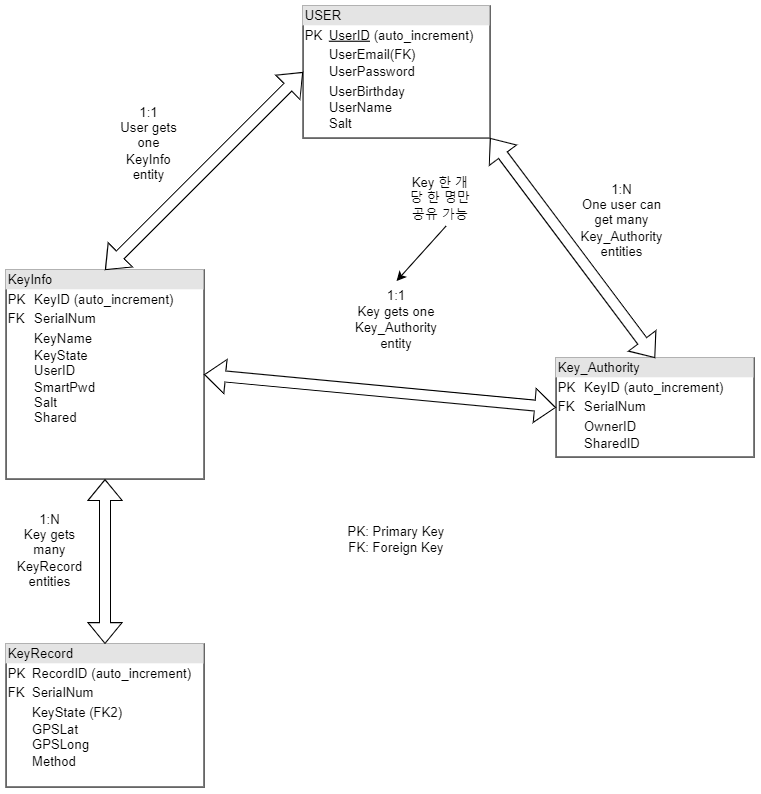
Earlier version of the draw.io export images/Table_Sketch.png (luminousxv/Smart-Key). Source tidied: cells renumbered, new cells last; positions are measured from the earlier drawing's top-left corner, leaving out a move shared by most shapes.
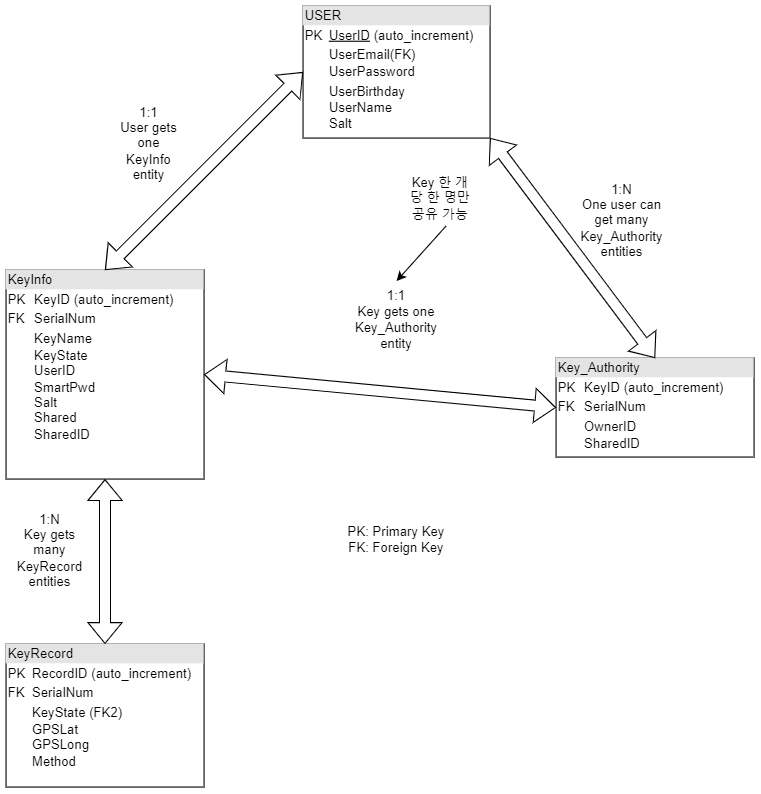
Above is the later version.

Commit message:
KeyInfo 테이블에 SharedID Attribute 추가

Change to the diagram source:
```diff
@@ -5,7 +5,7 @@
     <mxCell id="2" value="&lt;div style=&quot;box-sizing: border-box ; width: 100% ; background: #e4e4e4 ; padding: 2px&quot;&gt;USER&lt;/div&gt;&lt;table style=&quot;width: 100% ; font-size: 1em&quot; cellpadding=&quot;2&quot; cellspacing=&quot;0&quot;&gt;&lt;tbody&gt;&lt;tr&gt;&lt;td&gt;PK&lt;/td&gt;&lt;td&gt;&lt;u&gt;UserID&lt;/u&gt; (auto_increment)&lt;br&gt;&lt;/td&gt;&lt;/tr&gt;&lt;tr&gt;&lt;td&gt;&lt;br&gt;&lt;/td&gt;&lt;td&gt;UserEmail(FK)&lt;br&gt;UserPassword&lt;/td&gt;&lt;/tr&gt;&lt;tr&gt;&lt;td&gt;&lt;/td&gt;&lt;td&gt;UserBirthday&lt;br&gt;UserName&lt;br&gt;Salt&lt;br&gt;&lt;/td&gt;&lt;/tr&gt;&lt;/tbody&gt;&lt;/table&gt;" style="verticalAlign=top;align=left;overflow=fill;html=1;" parent="1" vertex="1">
       <mxGeometry x="270" width="170" height="120" as="geometry" />
     </mxCell>
-    <mxCell id="3" value="&lt;div style=&quot;box-sizing: border-box ; width: 100% ; background: #e4e4e4 ; padding: 2px&quot;&gt;KeyInfo&lt;/div&gt;&lt;table style=&quot;width: 100% ; font-size: 1em&quot; cellpadding=&quot;2&quot; cellspacing=&quot;0&quot;&gt;&lt;tbody&gt;&lt;tr&gt;&lt;td&gt;PK&lt;/td&gt;&lt;td&gt;KeyID (auto_increment)&lt;/td&gt;&lt;/tr&gt;&lt;tr&gt;&lt;td&gt;FK&lt;/td&gt;&lt;td&gt;SerialNum&lt;/td&gt;&lt;/tr&gt;&lt;tr&gt;&lt;td&gt;&lt;/td&gt;&lt;td&gt;KeyName&lt;br&gt;KeyState&lt;br&gt;UserID&lt;br&gt;SmartPwd&lt;br&gt;Salt&lt;br&gt;Shared&lt;/td&gt;&lt;/tr&gt;&lt;/tbody&gt;&lt;/table&gt;" style="verticalAlign=top;align=left;overflow=fill;html=1;" parent="1" vertex="1">
+    <mxCell id="3" value="&lt;div style=&quot;box-sizing: border-box ; width: 100% ; background: #e4e4e4 ; padding: 2px&quot;&gt;KeyInfo&lt;/div&gt;&lt;table style=&quot;width: 100% ; font-size: 1em&quot; cellpadding=&quot;2&quot; cellspacing=&quot;0&quot;&gt;&lt;tbody&gt;&lt;tr&gt;&lt;td&gt;PK&lt;/td&gt;&lt;td&gt;KeyID (auto_increment)&lt;/td&gt;&lt;/tr&gt;&lt;tr&gt;&lt;td&gt;FK&lt;/td&gt;&lt;td&gt;SerialNum&lt;/td&gt;&lt;/tr&gt;&lt;tr&gt;&lt;td&gt;&lt;/td&gt;&lt;td&gt;KeyName&lt;br&gt;KeyState&lt;br&gt;UserID&lt;br&gt;SmartPwd&lt;br&gt;Salt&lt;br&gt;Shared&lt;br&gt;SharedID&lt;/td&gt;&lt;/tr&gt;&lt;/tbody&gt;&lt;/table&gt;" style="verticalAlign=top;align=left;overflow=fill;html=1;" parent="1" vertex="1">
       <mxGeometry y="240" width="180" height="190" as="geometry" />
     </mxCell>
     <mxCell id="4" value="&lt;div style=&quot;box-sizing: border-box ; width: 100% ; background: #e4e4e4 ; padding: 2px&quot;&gt;KeyRecord&lt;/div&gt;&lt;table style=&quot;width: 100% ; font-size: 1em&quot; cellpadding=&quot;2&quot; cellspacing=&quot;0&quot;&gt;&lt;tbody&gt;&lt;tr&gt;&lt;td&gt;PK&lt;/td&gt;&lt;td&gt;RecordID (auto_increment)&lt;br&gt;&lt;/td&gt;&lt;/tr&gt;&lt;tr&gt;&lt;td&gt;FK&lt;/td&gt;&lt;td&gt;SerialNum&lt;/td&gt;&lt;/tr&gt;&lt;tr&gt;&lt;td&gt;&lt;br&gt;&lt;/td&gt;&lt;td&gt;KeyState (FK2)&lt;br&gt;GPSLat&lt;br&gt;GPSLong&lt;br&gt;Method&lt;/td&gt;&lt;/tr&gt;&lt;/tbody&gt;&lt;/table&gt;" style="verticalAlign=top;align=left;overflow=fill;html=1;" parent="1" vertex="1">
```
